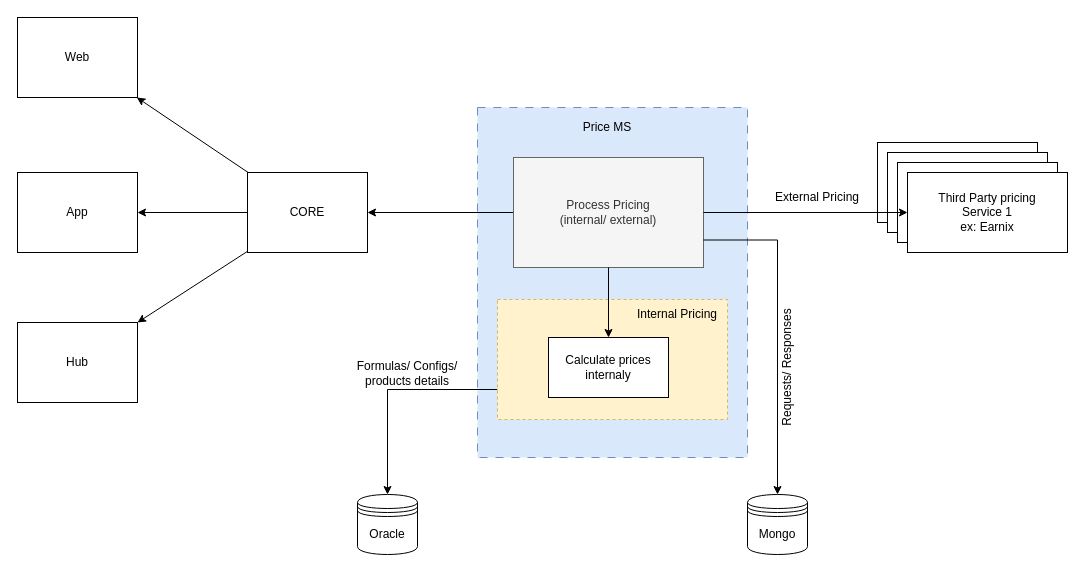
Above: Price MS Architecture.drawio in amilasilva7/Designing-Repo (draw.io), before the change. Source tidied: cells renumbered, new cells numbered last; positions are measured from the earlier drawing's top-left corner, leaving out a move shared by most shapes. Both pictures are drawn from the tidied source at 100%, with x=0, y=0 at pixel (17, 17).
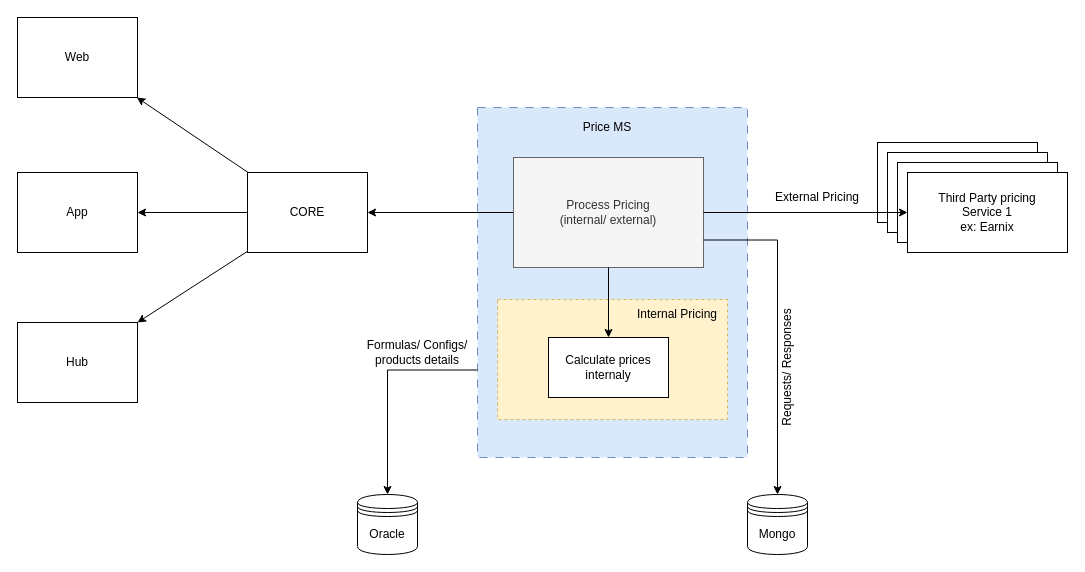
After the change.

Unchanged cells that the change refers to:
```xml
<mxCell id="8" style="rounded=0;whiteSpace=wrap;html=1;dashed=1;dashPattern=8 8;fillColor=#dae8fc;strokeColor=#6c8ebf;" parent="1" vertex="1">
  <mxGeometry x="460" y="90" width="270" height="350" as="geometry" />
</mxCell>
<mxCell id="13" style="rounded=0;whiteSpace=wrap;html=1;dashed=1;fillColor=#fff2cc;strokeColor=#d6b656;" parent="1" vertex="1">
  <mxGeometry x="480" y="282" width="230" height="120" as="geometry" />
</mxCell>
<mxCell id="24" value="Oracle" style="shape=datastore;whiteSpace=wrap;html=1;" parent="1" vertex="1">
  <mxGeometry x="340" y="477" width="60" height="60" as="geometry" />
</mxCell>
```

Diff of the diagram source:
```diff
@@
-    <mxCell id="12" style="rounded=0;jettySize=auto;html=1;edgeStyle=orthogonalEdgeStyle;exitX=0;exitY=0.75;exitDx=0;exitDy=0;" parent="1" edge="1" source="13" target="24">
+    <mxCell id="12" style="rounded=0;jettySize=auto;html=1;edgeStyle=orthogonalEdgeStyle;exitX=0;exitY=0.75;exitDx=0;exitDy=0;" parent="1" edge="1" source="8" target="24">
       <mxGeometry relative="1" as="geometry">
         <Array as="points">
-          <mxPoint x="370" y="372" />
+          <mxPoint x="370" y="353" />
         </Array>
       </mxGeometry>
     </mxCell>
@@
     <mxCell id="30" value="Formulas/ Configs/ products details" style="text;html=1;align=center;verticalAlign=middle;whiteSpace=wrap;rounded=0;rotation=0;" parent="1" vertex="1">
-      <mxGeometry x="330" y="341" width="120" height="30" as="geometry" />
+      <mxGeometry x="340" y="320" width="120" height="30" as="geometry" />
     </mxCell>
```
